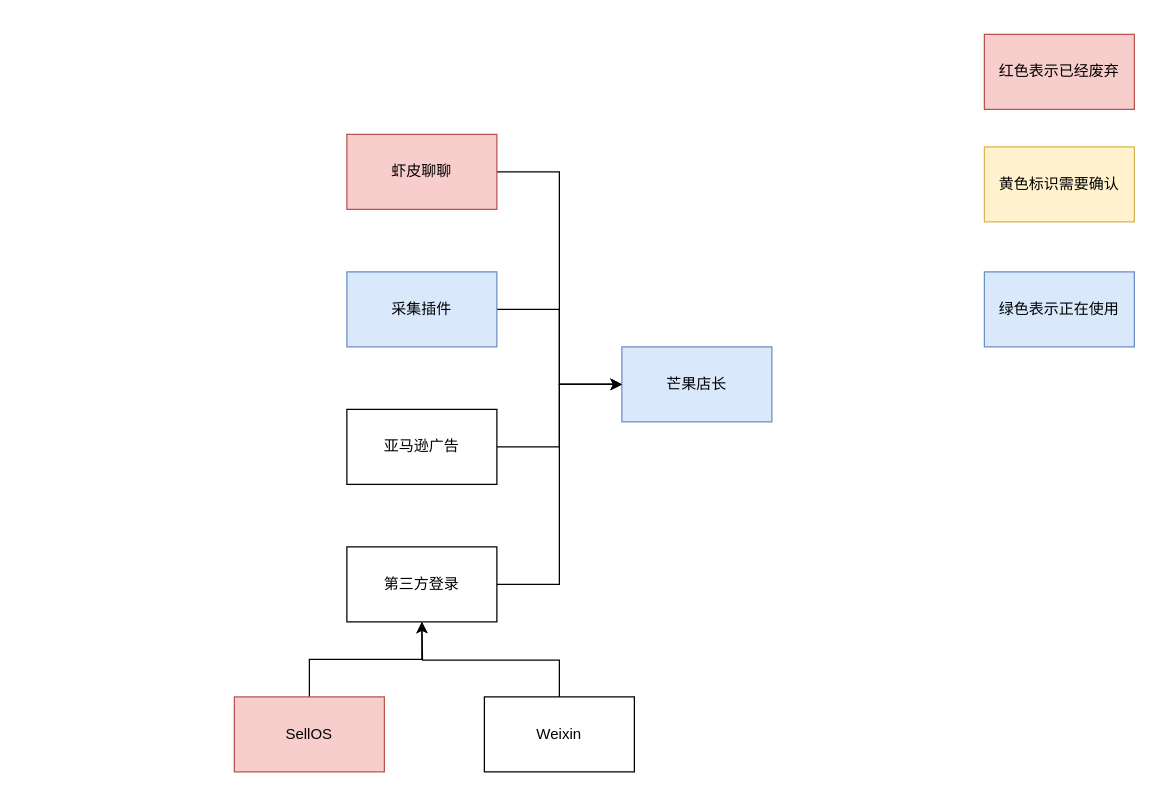
The draw.io diagram 芒果店长用户服务领域模型v1.0.drawio in ciyuan1269691683/personal_picture_bed, before the edit. Source tidied: cells renumbered, new cells numbered last; positions are measured from the earlier drawing's top-left corner, leaving out a move shared by most shapes. Both pictures are drawn from the tidied source at 125%, with x=0, y=0 at pixel (234, 34).
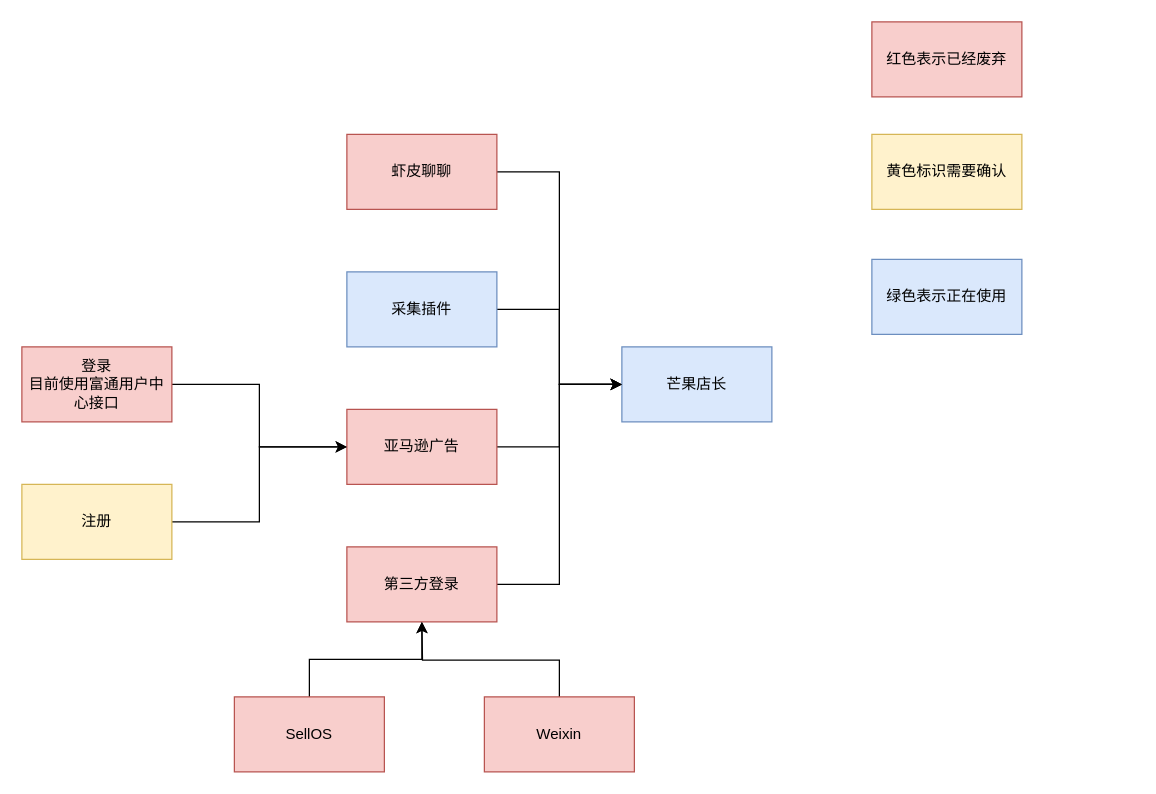
Above is the later version.

Commit message:
更新芒果店长用户服务领域模型v1.0.drawio

Diff of the diagram source:
```diff
@@
-    <mxCell id="8" value="亚马逊广告" style="rounded=0;whiteSpace=wrap;html=1;" parent="1" vertex="1">
+    <mxCell id="8" value="亚马逊广告" style="rounded=0;whiteSpace=wrap;html=1;fillColor=#f8cecc;strokeColor=#b85450;" parent="1" vertex="1">
       <mxGeometry x="90" y="300" width="120" height="60" as="geometry" />
     </mxCell>
@@
-    <mxCell id="10" value="第三方登录" style="rounded=0;whiteSpace=wrap;html=1;" parent="1" vertex="1">
+    <mxCell id="10" value="第三方登录" style="rounded=0;whiteSpace=wrap;html=1;fillColor=#f8cecc;strokeColor=#b85450;" parent="1" vertex="1">
       <mxGeometry x="90" y="410" width="120" height="60" as="geometry" />
     </mxCell>
@@
-    <mxCell id="14" value="Weixin" style="rounded=0;whiteSpace=wrap;html=1;" parent="1" vertex="1">
+    <mxCell id="14" value="Weixin" style="rounded=0;whiteSpace=wrap;html=1;fillColor=#f8cecc;strokeColor=#b85450;" parent="1" vertex="1">
       <mxGeometry x="200" y="530" width="120" height="60" as="geometry" />
     </mxCell>
     <mxCell id="15" value="红色表示已经废弃" style="rounded=0;whiteSpace=wrap;html=1;fillColor=#f8cecc;strokeColor=#b85450;" parent="1" vertex="1">
-      <mxGeometry x="600" width="120" height="60" as="geometry" />
+      <mxGeometry x="510" y="-10" width="120" height="60" as="geometry" />
     </mxCell>
     <mxCell id="16" value="黄色标识需要确认" style="rounded=0;whiteSpace=wrap;html=1;fillColor=#fff2cc;strokeColor=#d6b656;" parent="1" vertex="1">
-      <mxGeometry x="600" y="90" width="120" height="60" as="geometry" />
+      <mxGeometry x="510" y="80" width="120" height="60" as="geometry" />
     </mxCell>
     <mxCell id="17" value="绿色表示正在使用" style="rounded=0;whiteSpace=wrap;html=1;fillColor=#dae8fc;strokeColor=#6c8ebf;" parent="1" vertex="1">
-      <mxGeometry x="600" y="190" width="120" height="60" as="geometry" />
+      <mxGeometry x="510" y="180" width="120" height="60" as="geometry" />
     </mxCell>
+    <mxCell id="18" style="edgeStyle=orthogonalEdgeStyle;rounded=0;jettySize=auto;html=1;exitX=1;exitY=0.5;exitDx=0;exitDy=0;entryX=0;entryY=0.5;entryDx=0;entryDy=0;" parent="1" edge="1" source="19" target="8">
+      <mxGeometry relative="1" as="geometry" />
+    </mxCell>
+    <mxCell id="19" value="登录&lt;br&gt;目前使用富通用户中心接口" style="rounded=0;whiteSpace=wrap;html=1;fillColor=#f8cecc;strokeColor=#b85450;" parent="1" vertex="1">
+      <mxGeometry x="-170" y="250" width="120" height="60" as="geometry" />
+    </mxCell>
+    <mxCell id="20" style="edgeStyle=orthogonalEdgeStyle;rounded=0;jettySize=auto;html=1;exitX=1;exitY=0.5;exitDx=0;exitDy=0;" parent="1" edge="1" source="21" target="8">
+      <mxGeometry relative="1" as="geometry" />
+    </mxCell>
+    <mxCell id="21" value="注册" style="rounded=0;whiteSpace=wrap;html=1;fillColor=#fff2cc;strokeColor=#d6b656;" parent="1" vertex="1">
+      <mxGeometry x="-170" y="360" width="120" height="60" as="geometry" />
+    </mxCell>
```
